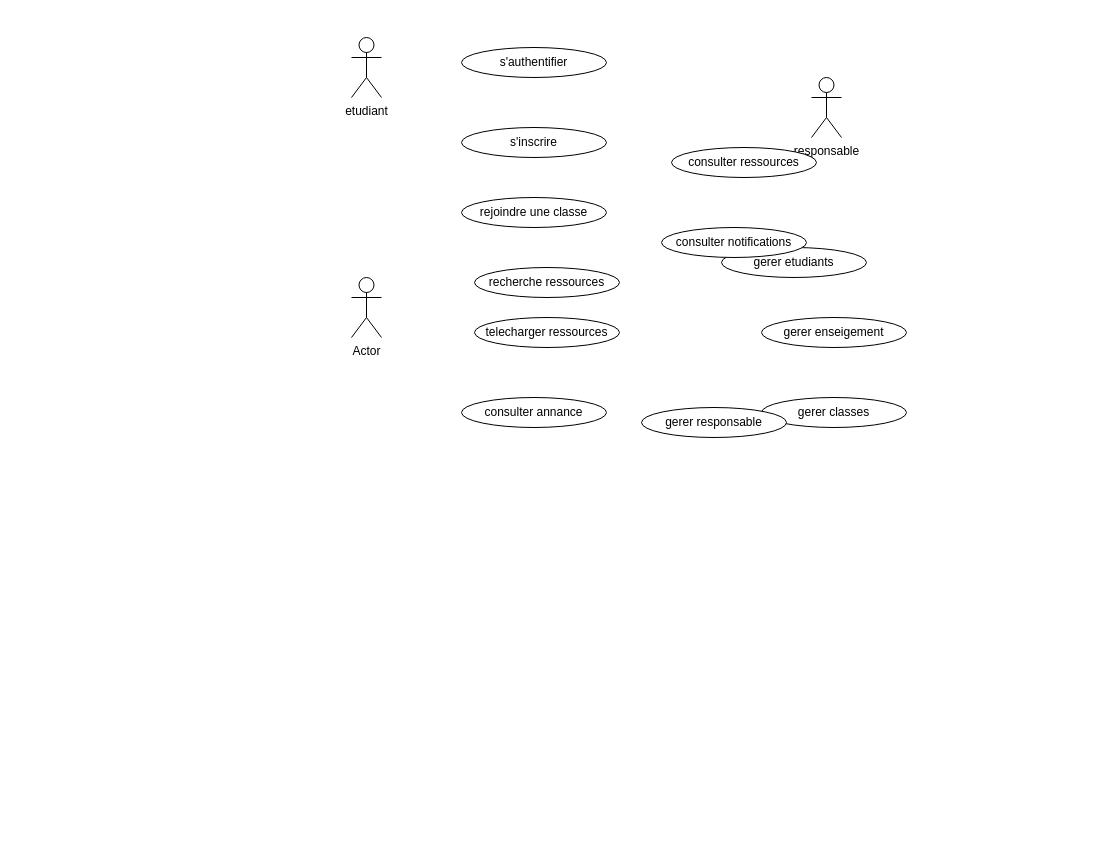
Above: page "Page-5" (5 of 5) of documents/DiagrammesActivites.drawio in NoSeaBass/Django-Partage_Resources_Pedagogiques (draw.io), before the change. Source tidied: cells renumbered, new cells numbered last; positions are measured from the earlier drawing's top-left corner, leaving out a move shared by most shapes. Both pictures are drawn from the tidied source at 100%, with x=0, y=0 at pixel (351, 37).
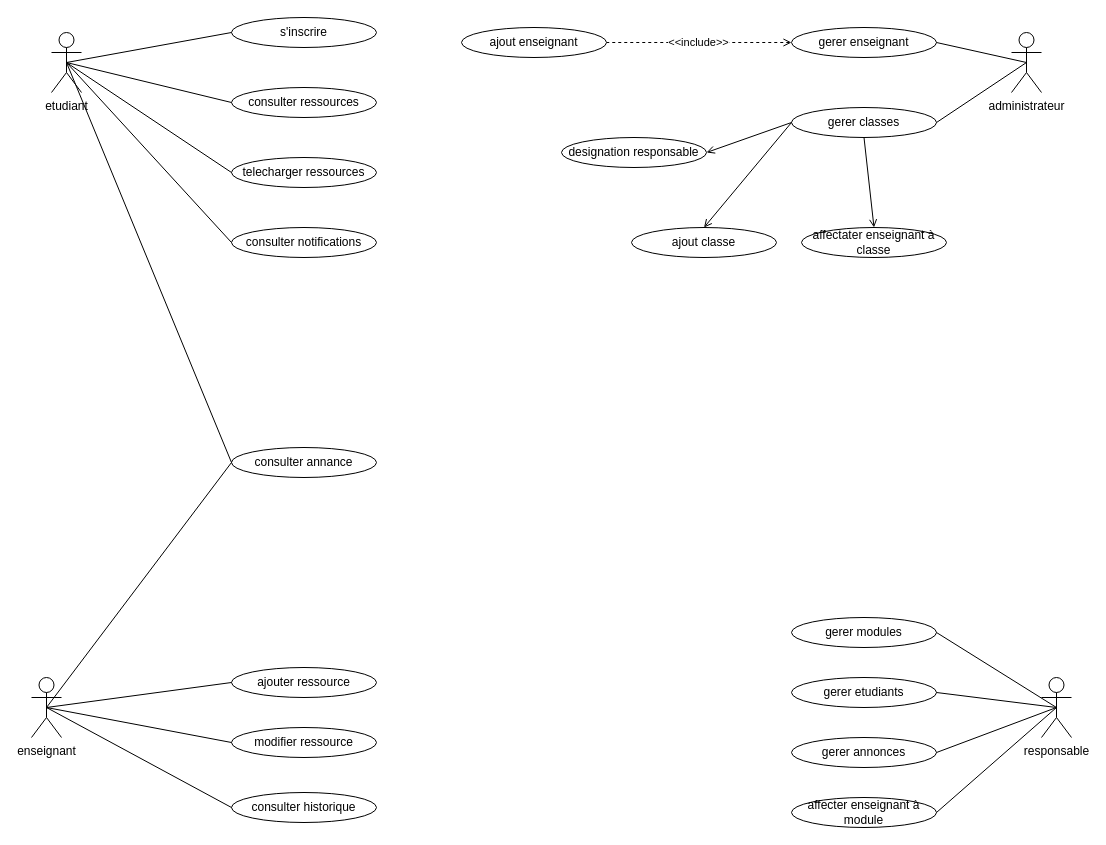
After the change.

Change to the diagram source:
```diff
@@
     <mxCell id="2" value="etudiant" style="shape=umlActor;verticalLabelPosition=bottom;verticalAlign=top;html=1;outlineConnect=0;" parent="1" vertex="1">
-      <mxGeometry width="30" height="60" as="geometry" />
+      <mxGeometry x="-300" y="-5" width="30" height="60" as="geometry" />
     </mxCell>
-    <mxCell id="3" value="Actor" style="shape=umlActor;verticalLabelPosition=bottom;verticalAlign=top;html=1;outlineConnect=0;" parent="1" vertex="1">
-      <mxGeometry y="240" width="30" height="60" as="geometry" />
+    <mxCell id="3" value="enseignant" style="shape=umlActor;verticalLabelPosition=bottom;verticalAlign=top;html=1;outlineConnect=0;" parent="1" vertex="1">
+      <mxGeometry x="-320" y="640" width="30" height="60" as="geometry" />
     </mxCell>
-    <mxCell id="4" value="responsable" style="shape=umlActor;verticalLabelPosition=bottom;verticalAlign=top;html=1;outlineConnect=0;" parent="1" vertex="1">
-      <mxGeometry x="460" y="40" width="30" height="60" as="geometry" />
+    <mxCell id="4" value="administrateur" style="shape=umlActor;verticalLabelPosition=bottom;verticalAlign=top;html=1;outlineConnect=0;" parent="1" vertex="1">
+      <mxGeometry x="660" y="-5" width="30" height="60" as="geometry" />
     </mxCell>
     <mxCell id="5" value="s'inscrire" style="ellipse;whiteSpace=wrap;html=1;" parent="1" vertex="1">
-      <mxGeometry x="110" y="90" width="145" height="30" as="geometry" />
+      <mxGeometry x="-120" y="-20" width="145" height="30" as="geometry" />
     </mxCell>
     <mxCell id="6" value="consulter annance" style="ellipse;whiteSpace=wrap;html=1;" parent="1" vertex="1">
-      <mxGeometry x="110" y="360" width="145" height="30" as="geometry" />
+      <mxGeometry x="-120" y="410" width="145" height="30" as="geometry" />
     </mxCell>
-    <mxCell id="7" value="recherche ressources" style="ellipse;whiteSpace=wrap;html=1;" parent="1" vertex="1">
-      <mxGeometry x="123" y="230" width="145" height="30" as="geometry" />
+    <mxCell id="7" value="consulter ressources" style="ellipse;whiteSpace=wrap;html=1;" parent="1" vertex="1">
+      <mxGeometry x="-120" y="50" width="145" height="30" as="geometry" />
     </mxCell>
     <mxCell id="8" value="telecharger ressources" style="ellipse;whiteSpace=wrap;html=1;" parent="1" vertex="1">
-      <mxGeometry x="123" y="280" width="145" height="30" as="geometry" />
+      <mxGeometry x="-120" y="120" width="145" height="30" as="geometry" />
     </mxCell>
-    <mxCell id="9" value="rejoindre une classe" style="ellipse;whiteSpace=wrap;html=1;" parent="1" vertex="1">
-      <mxGeometry x="110" y="160" width="145" height="30" as="geometry" />
-    </mxCell>
-    <mxCell id="10" value="s'authentifier" style="ellipse;whiteSpace=wrap;html=1;" parent="1" vertex="1">
-      <mxGeometry x="110" y="10" width="145" height="30" as="geometry" />
-    </mxCell>
-    <mxCell id="11" value="consulter ressources" style="ellipse;whiteSpace=wrap;html=1;" parent="1" vertex="1">
-      <mxGeometry x="320" y="110" width="145" height="30" as="geometry" />
-    </mxCell>
+    <mxCell id="16" value="consulter notifications" style="ellipse;whiteSpace=wrap;html=1;" parent="1" vertex="1">
+      <mxGeometry x="-120" y="190" width="145" height="30" as="geometry" />
+    </mxCell>
+    <mxCell id="17" value="responsable" style="shape=umlActor;verticalLabelPosition=bottom;verticalAlign=top;html=1;outlineConnect=0;" parent="1" vertex="1">
+      <mxGeometry x="690" y="640" width="30" height="60" as="geometry" />
+    </mxCell>
+    <mxCell id="18" value="ajouter ressource" style="ellipse;whiteSpace=wrap;html=1;" parent="1" vertex="1">
+      <mxGeometry x="-120" y="630" width="145" height="30" as="geometry" />
+    </mxCell>
+    <mxCell id="19" value="modifier ressource" style="ellipse;whiteSpace=wrap;html=1;" parent="1" vertex="1">
+      <mxGeometry x="-120" y="690" width="145" height="30" as="geometry" />
+    </mxCell>
+    <mxCell id="20" value="consulter historique" style="ellipse;whiteSpace=wrap;html=1;" parent="1" vertex="1">
+      <mxGeometry x="-120" y="755" width="145" height="30" as="geometry" />
+    </mxCell>
+    <mxCell id="21" value="gerer modules" style="ellipse;whiteSpace=wrap;html=1;" parent="1" vertex="1">
+      <mxGeometry x="440" y="580" width="145" height="30" as="geometry" />
+    </mxCell>
     <mxCell id="12" value="gerer etudiants" style="ellipse;whiteSpace=wrap;html=1;" parent="1" vertex="1">
-      <mxGeometry x="370" y="210" width="145" height="30" as="geometry" />
+      <mxGeometry x="440" y="640" width="145" height="30" as="geometry" />
     </mxCell>
-    <mxCell id="13" value="gerer enseigement" style="ellipse;whiteSpace=wrap;html=1;" parent="1" vertex="1">
-      <mxGeometry x="410" y="280" width="145" height="30" as="geometry" />
-    </mxCell>
     <mxCell id="14" value="gerer classes" style="ellipse;whiteSpace=wrap;html=1;" parent="1" vertex="1">
-      <mxGeometry x="410" y="360" width="145" height="30" as="geometry" />
+      <mxGeometry x="440" y="70" width="145" height="30" as="geometry" />
     </mxCell>
-    <mxCell id="15" value="gerer responsable" style="ellipse;whiteSpace=wrap;html=1;" parent="1" vertex="1">
-      <mxGeometry x="290" y="370" width="145" height="30" as="geometry" />
-    </mxCell>
-    <mxCell id="16" value="consulter notifications" style="ellipse;whiteSpace=wrap;html=1;" parent="1" vertex="1">
-      <mxGeometry x="310" y="190" width="145" height="30" as="geometry" />
-    </mxCell>
+    <mxCell id="22" value="&amp;lt;&amp;lt;include&amp;gt;&amp;gt;" style="edgeStyle=orthogonalEdgeStyle;rounded=0;jettySize=auto;html=1;entryX=1;entryY=0.5;entryDx=0;entryDy=0;startArrow=open;startFill=0;endArrow=none;endFill=0;dashed=1;" parent="1" edge="1" source="23" target="25">
+      <mxGeometry relative="1" as="geometry" />
+    </mxCell>
+    <mxCell id="23" value="gerer enseignant" style="ellipse;whiteSpace=wrap;html=1;" parent="1" vertex="1">
+      <mxGeometry x="440" y="-10" width="145" height="30" as="geometry" />
+    </mxCell>
+    <mxCell id="24" value="ajout classe" style="ellipse;whiteSpace=wrap;html=1;" parent="1" vertex="1">
+      <mxGeometry x="280" y="190" width="145" height="30" as="geometry" />
+    </mxCell>
+    <mxCell id="25" value="ajout enseignant" style="ellipse;whiteSpace=wrap;html=1;" parent="1" vertex="1">
+      <mxGeometry x="110" y="-10" width="145" height="30" as="geometry" />
+    </mxCell>
+    <mxCell id="26" value="designation responsable" style="ellipse;whiteSpace=wrap;html=1;" parent="1" vertex="1">
+      <mxGeometry x="210" y="100" width="145" height="30" as="geometry" />
+    </mxCell>
+    <mxCell id="27" value="affectater enseignant à classe" style="ellipse;whiteSpace=wrap;html=1;" parent="1" vertex="1">
+      <mxGeometry x="450" y="190" width="145" height="30" as="geometry" />
+    </mxCell>
+    <mxCell id="28" value="gerer annonces" style="ellipse;whiteSpace=wrap;html=1;" parent="1" vertex="1">
+      <mxGeometry x="440" y="700" width="145" height="30" as="geometry" />
+    </mxCell>
+    <mxCell id="29" value="affecter enseignant à module" style="ellipse;whiteSpace=wrap;html=1;" parent="1" vertex="1">
+      <mxGeometry x="440" y="760" width="145" height="30" as="geometry" />
+    </mxCell>
+    <mxCell id="30" style="endArrow=none;html=1;rounded=0;entryX=0.5;entryY=0.5;entryDx=0;entryDy=0;entryPerimeter=0;exitX=0;exitY=0.5;exitDx=0;exitDy=0;" parent="1" edge="1" source="5" target="2">
+      <mxGeometry relative="1" as="geometry" />
+    </mxCell>
+    <mxCell id="31" style="endArrow=none;html=1;rounded=0;entryX=0.5;entryY=0.5;entryDx=0;entryDy=0;entryPerimeter=0;exitX=0;exitY=0.5;exitDx=0;exitDy=0;" parent="1" edge="1" source="7" target="2">
+      <mxGeometry relative="1" as="geometry" />
+    </mxCell>
+    <mxCell id="32" style="endArrow=none;html=1;rounded=0;entryX=0.5;entryY=0.5;entryDx=0;entryDy=0;entryPerimeter=0;exitX=0;exitY=0.5;exitDx=0;exitDy=0;" parent="1" edge="1" source="8" target="2">
+      <mxGeometry relative="1" as="geometry" />
+    </mxCell>
+    <mxCell id="33" style="endArrow=none;html=1;rounded=0;entryX=0.5;entryY=0.5;entryDx=0;entryDy=0;entryPerimeter=0;exitX=0;exitY=0.5;exitDx=0;exitDy=0;" parent="1" edge="1" source="16" target="2">
+      <mxGeometry relative="1" as="geometry" />
+    </mxCell>
+    <mxCell id="34" style="endArrow=none;html=1;rounded=0;entryX=0.5;entryY=0.5;entryDx=0;entryDy=0;entryPerimeter=0;exitX=0;exitY=0.5;exitDx=0;exitDy=0;" parent="1" edge="1" source="6" target="2">
+      <mxGeometry relative="1" as="geometry" />
+    </mxCell>
+    <mxCell id="35" style="endArrow=none;html=1;rounded=0;entryX=0;entryY=0.5;entryDx=0;entryDy=0;exitX=0.5;exitY=0.5;exitDx=0;exitDy=0;exitPerimeter=0;" parent="1" edge="1" source="3" target="6">
+      <mxGeometry relative="1" as="geometry" />
+    </mxCell>
+    <mxCell id="36" style="endArrow=none;html=1;rounded=0;exitX=0.5;exitY=0.5;exitDx=0;exitDy=0;exitPerimeter=0;entryX=0;entryY=0.5;entryDx=0;entryDy=0;" parent="1" edge="1" source="3" target="18">
+      <mxGeometry relative="1" as="geometry" />
+    </mxCell>
+    <mxCell id="37" style="endArrow=none;html=1;rounded=0;exitX=0.5;exitY=0.5;exitDx=0;exitDy=0;exitPerimeter=0;entryX=0;entryY=0.5;entryDx=0;entryDy=0;" parent="1" edge="1" source="3" target="19">
+      <mxGeometry relative="1" as="geometry" />
+    </mxCell>
+    <mxCell id="38" style="endArrow=none;html=1;rounded=0;exitX=0.5;exitY=0.5;exitDx=0;exitDy=0;exitPerimeter=0;entryX=0;entryY=0.5;entryDx=0;entryDy=0;" parent="1" edge="1" source="3" target="20">
+      <mxGeometry relative="1" as="geometry" />
+    </mxCell>
+    <mxCell id="39" style="endArrow=none;html=1;rounded=0;entryX=0;entryY=0.5;entryDx=0;entryDy=0;exitX=1;exitY=0.5;exitDx=0;exitDy=0;startArrow=open;startFill=0;" parent="1" edge="1" source="26" target="14">
+      <mxGeometry relative="1" as="geometry" />
+    </mxCell>
+    <mxCell id="40" style="endArrow=none;html=1;rounded=0;entryX=0;entryY=0.5;entryDx=0;entryDy=0;exitX=0.5;exitY=0;exitDx=0;exitDy=0;startArrow=open;startFill=0;" parent="1" edge="1" source="24" target="14">
+      <mxGeometry relative="1" as="geometry" />
+    </mxCell>
+    <mxCell id="41" style="endArrow=none;html=1;rounded=0;entryX=0.5;entryY=1;entryDx=0;entryDy=0;exitX=0.5;exitY=0;exitDx=0;exitDy=0;endFill=0;startArrow=open;startFill=0;" parent="1" edge="1" source="27" target="14">
+      <mxGeometry relative="1" as="geometry" />
+    </mxCell>
+    <mxCell id="42" style="endArrow=none;html=1;rounded=0;entryX=0.5;entryY=0.5;entryDx=0;entryDy=0;entryPerimeter=0;exitX=1;exitY=0.5;exitDx=0;exitDy=0;" parent="1" edge="1" source="14" target="4">
+      <mxGeometry relative="1" as="geometry" />
+    </mxCell>
+    <mxCell id="43" style="endArrow=none;html=1;rounded=0;entryX=0.5;entryY=0.5;entryDx=0;entryDy=0;entryPerimeter=0;exitX=1;exitY=0.5;exitDx=0;exitDy=0;" parent="1" edge="1" source="23" target="4">
+      <mxGeometry relative="1" as="geometry" />
+    </mxCell>
+    <mxCell id="44" style="endArrow=none;html=1;rounded=0;entryX=0.5;entryY=0.5;entryDx=0;entryDy=0;entryPerimeter=0;exitX=1;exitY=0.5;exitDx=0;exitDy=0;" parent="1" edge="1" source="12" target="17">
+      <mxGeometry relative="1" as="geometry" />
+    </mxCell>
+    <mxCell id="45" style="endArrow=none;html=1;rounded=0;entryX=0.5;entryY=0.5;entryDx=0;entryDy=0;entryPerimeter=0;exitX=1;exitY=0.5;exitDx=0;exitDy=0;" parent="1" edge="1" source="21" target="17">
+      <mxGeometry relative="1" as="geometry" />
+    </mxCell>
+    <mxCell id="46" style="endArrow=none;html=1;rounded=0;entryX=0.5;entryY=0.5;entryDx=0;entryDy=0;entryPerimeter=0;exitX=1;exitY=0.5;exitDx=0;exitDy=0;" parent="1" edge="1" source="28" target="17">
+      <mxGeometry relative="1" as="geometry" />
+    </mxCell>
+    <mxCell id="47" style="endArrow=none;html=1;rounded=0;exitX=1;exitY=0.5;exitDx=0;exitDy=0;entryX=0.5;entryY=0.5;entryDx=0;entryDy=0;entryPerimeter=0;" parent="1" edge="1" source="29" target="17">
+      <mxGeometry relative="1" as="geometry" />
+    </mxCell>
```
